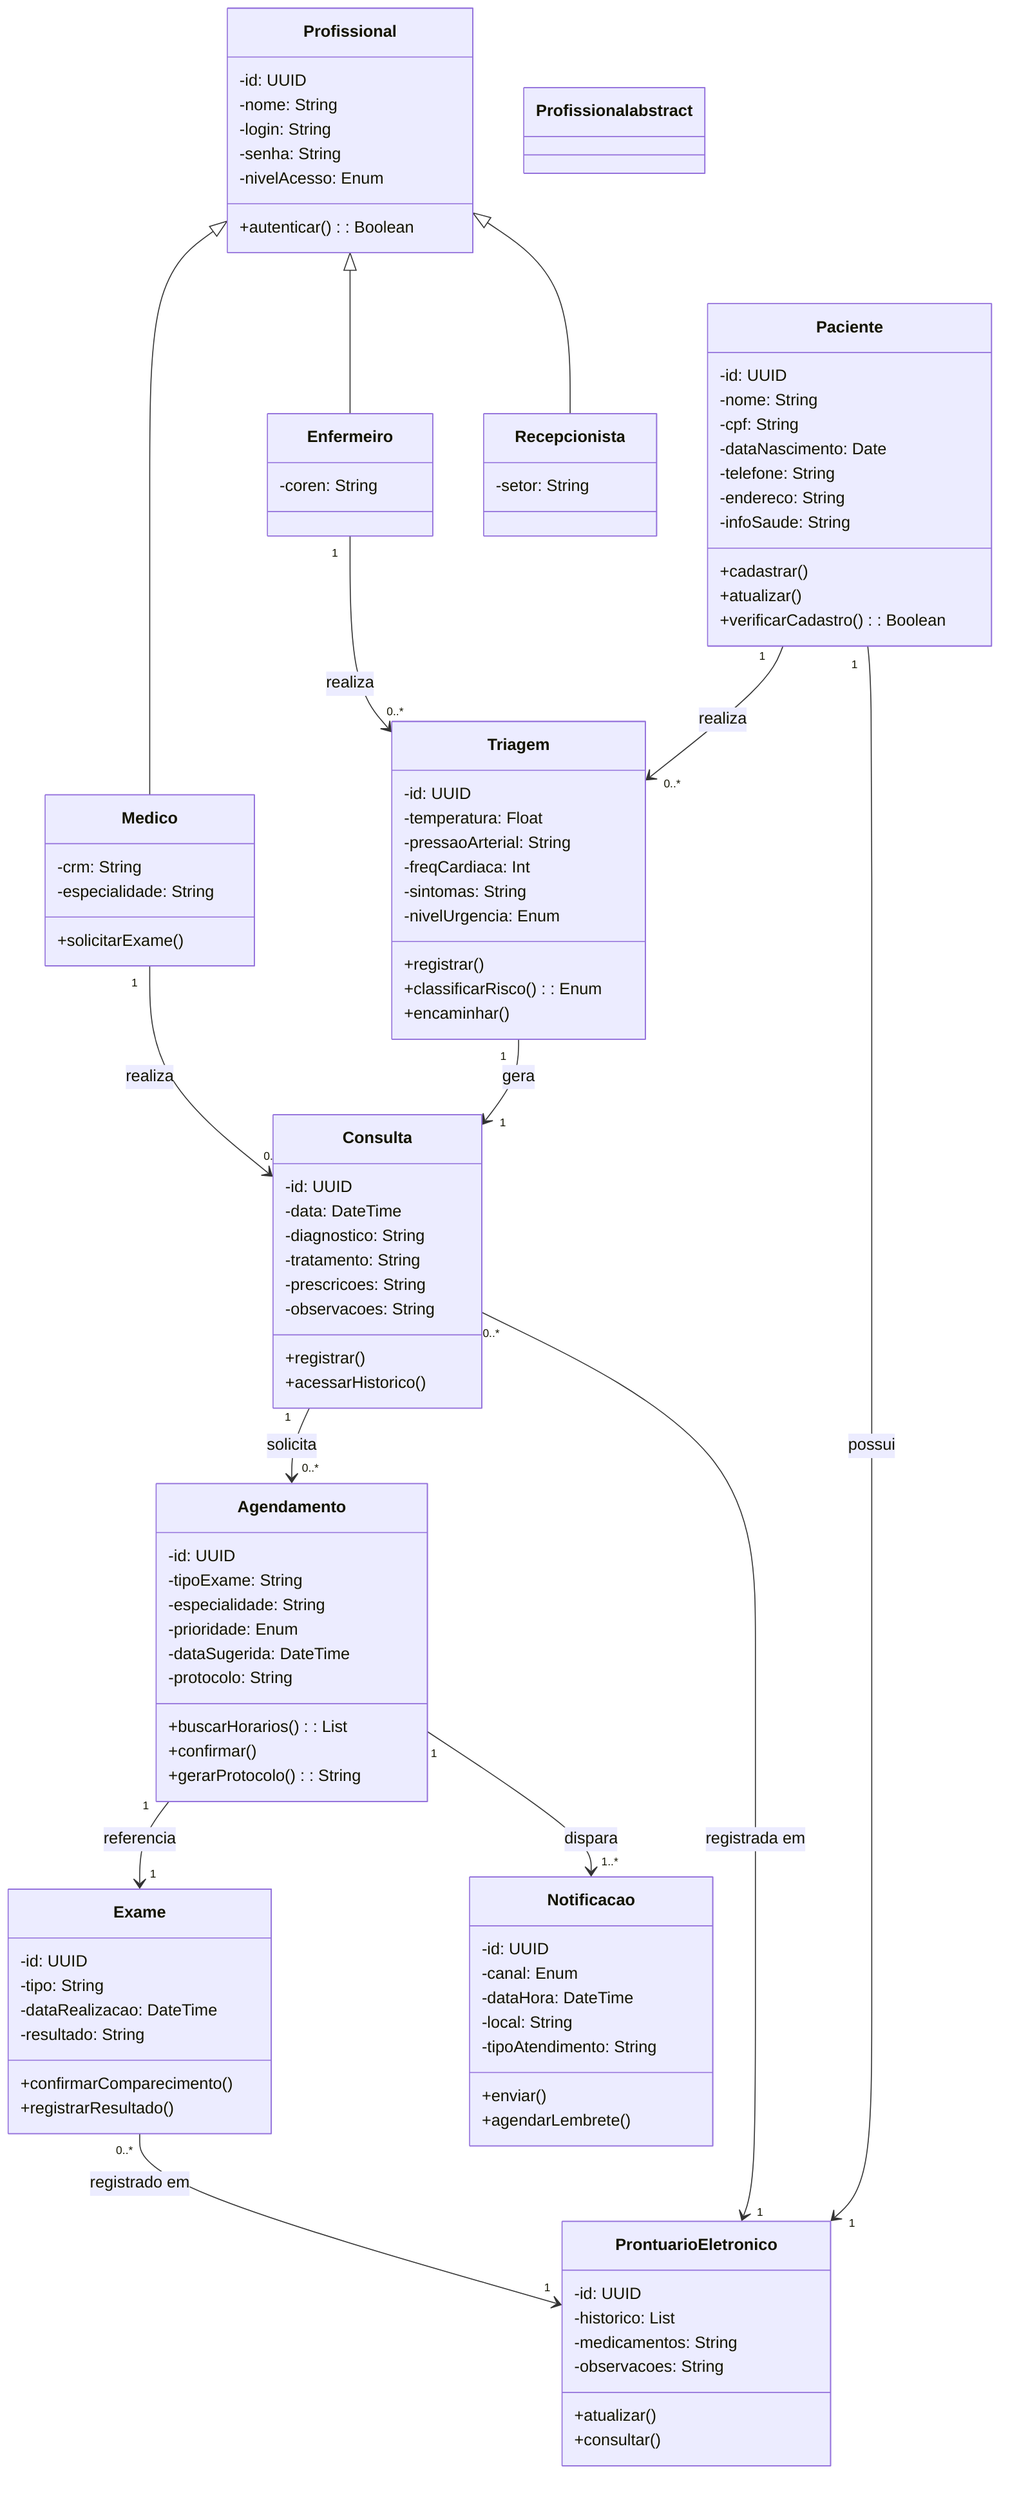
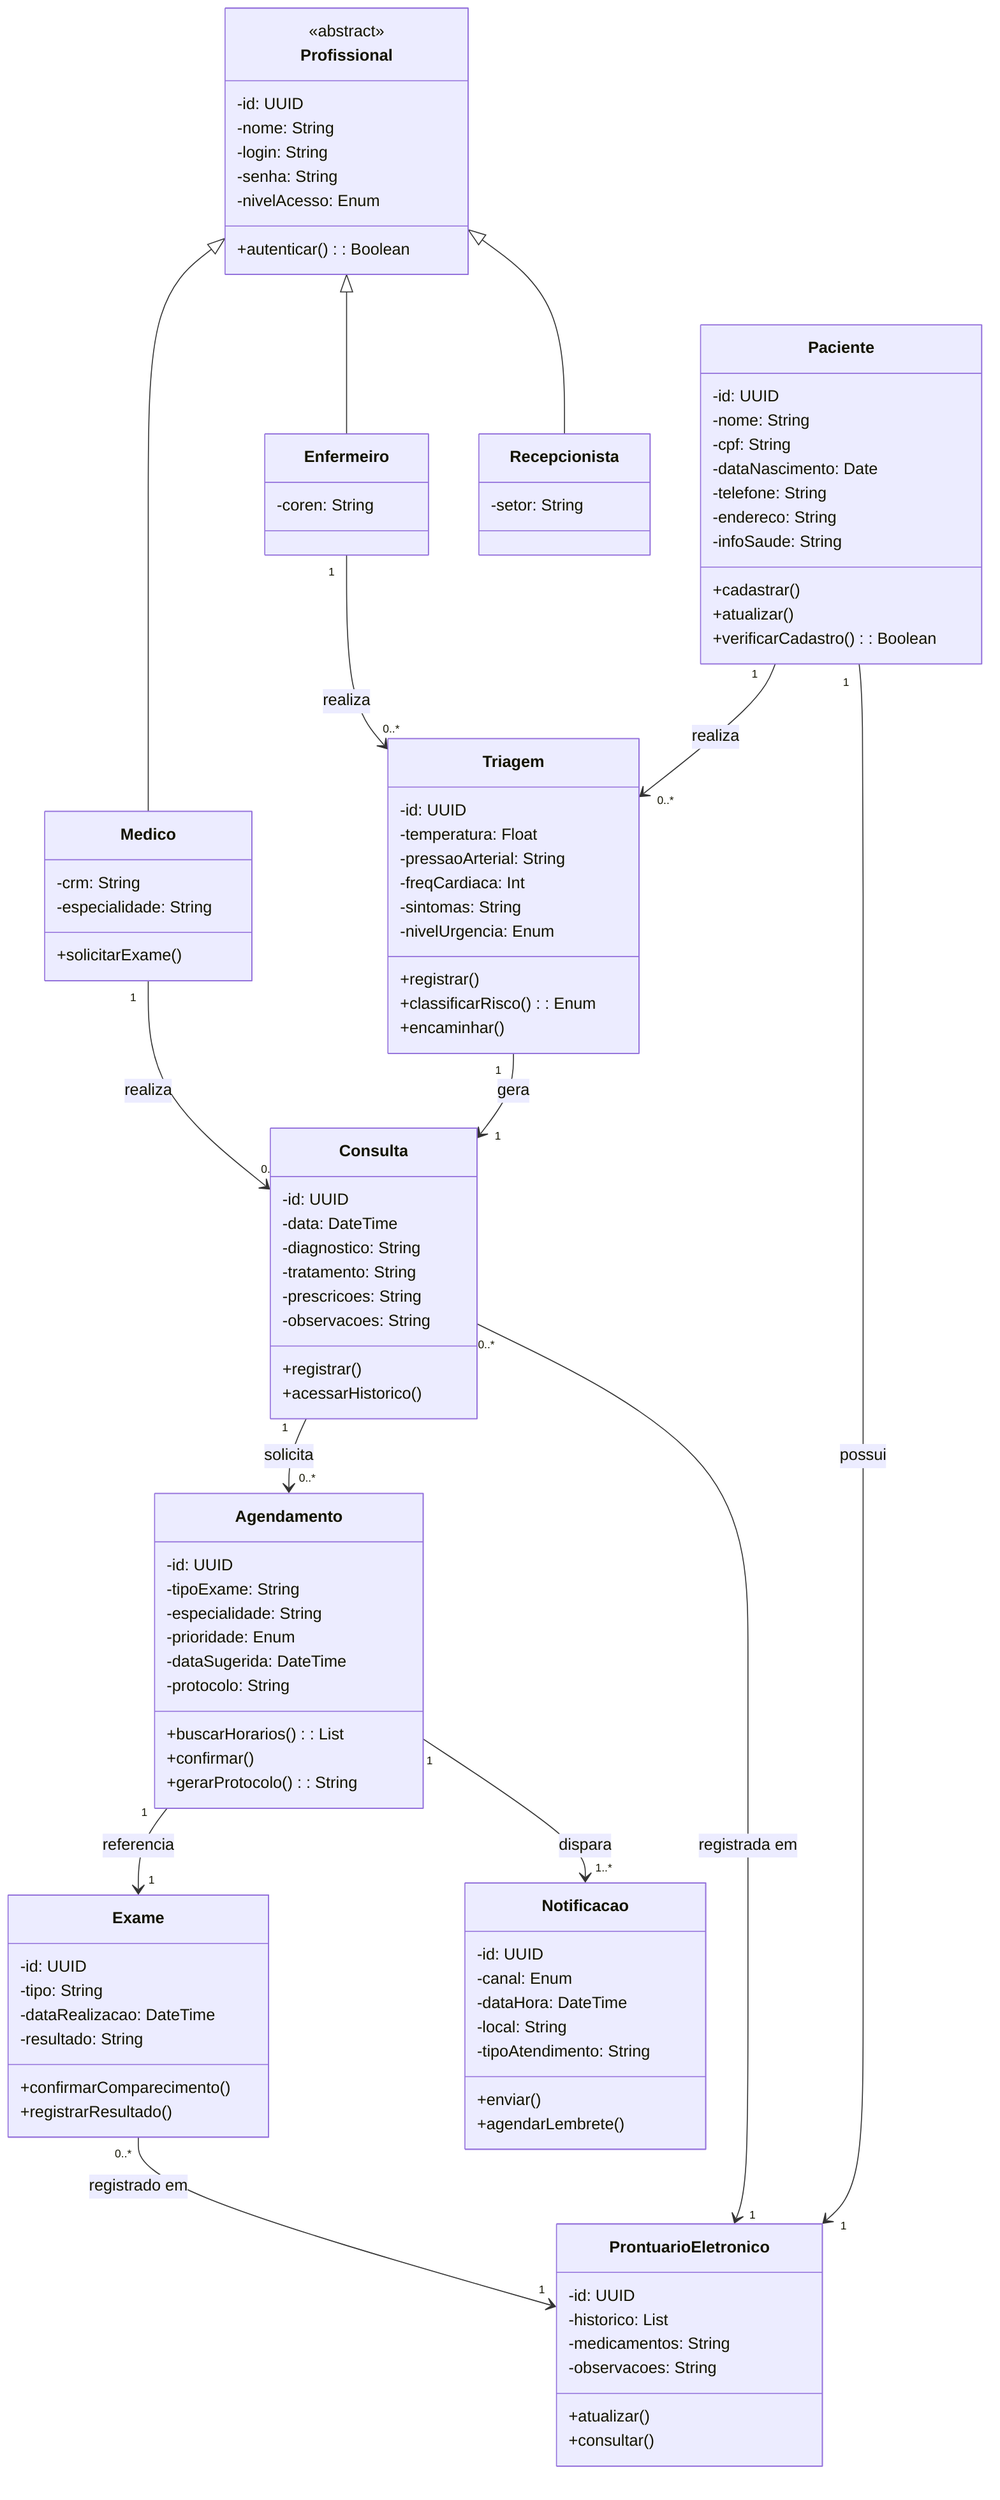
classDiagram
    direction TB

    class Paciente {
        -id: UUID
        -nome: String
        -cpf: String
        -dataNascimento: Date
        -telefone: String
        -endereco: String
        -infoSaude: String
        +cadastrar()
        +atualizar()
        +verificarCadastro() : Boolean
    }

    class Triagem {
        -id: UUID
        -temperatura: Float
        -pressaoArterial: String
        -freqCardiaca: Int
        -sintomas: String
        -nivelUrgencia: Enum
        +registrar()
        +classificarRisco() : Enum
        +encaminhar()
    }

    class Consulta {
        -id: UUID
        -data: DateTime
        -diagnostico: String
        -tratamento: String
        -prescricoes: String
        -observacoes: String
        +registrar()
        +acessarHistorico()
    }

    class Agendamento {
        -id: UUID
        -tipoExame: String
        -especialidade: String
        -prioridade: Enum
        -dataSugerida: DateTime
        -protocolo: String
        +buscarHorarios() : List
        +confirmar()
        +gerarProtocolo() : String
    }

    class Exame {
        -id: UUID
        -tipo: String
        -dataRealizacao: DateTime
        -resultado: String
        +confirmarComparecimento()
        +registrarResultado()
    }

    class Notificacao {
        -id: UUID
        -canal: Enum
        -dataHora: DateTime
        -local: String
        -tipoAtendimento: String
        +enviar()
        +agendarLembrete()
    }

    class ProntuarioEletronico {
        -id: UUID
        -historico: List
        -medicamentos: String
        -observacoes: String
        +atualizar()
        +consultar()
    }

    class Profissional {
+         <<abstract>>
        -id: UUID
        -nome: String
        -login: String
        -senha: String
        -nivelAcesso: Enum
        +autenticar() : Boolean
    }

    class Medico {
        -crm: String
        -especialidade: String
        +solicitarExame()
    }

    class Enfermeiro {
        -coren: String
    }

    class Recepcionista {
        -setor: String
    }

    Profissional <|-- Medico
    Profissional <|-- Enfermeiro
    Profissional <|-- Recepcionista
    Paciente "1" --> "0..*" Triagem : realiza
    Triagem "1" --> "1" Consulta : gera
    Consulta "1" --> "0..*" Agendamento : solicita
    Agendamento "1" --> "1" Exame : referencia
    Agendamento "1" --> "1..*" Notificacao : dispara
    Paciente "1" --> "1" ProntuarioEletronico : possui
    Consulta "0..*" --> "1" ProntuarioEletronico : registrada em
    Exame "0..*" --> "1" ProntuarioEletronico : registrado em
    Medico "1" --> "0..*" Consulta : realiza
    Enfermeiro "1" --> "0..*" Triagem : realiza

-     class Profissional abstract
+ 
